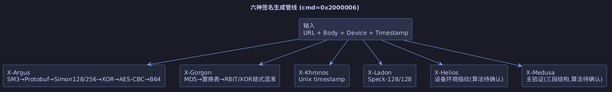
The PlantUML diagram static/images/sixgod/signature_pipeline.png in overkazaf/blogs, before a commit.
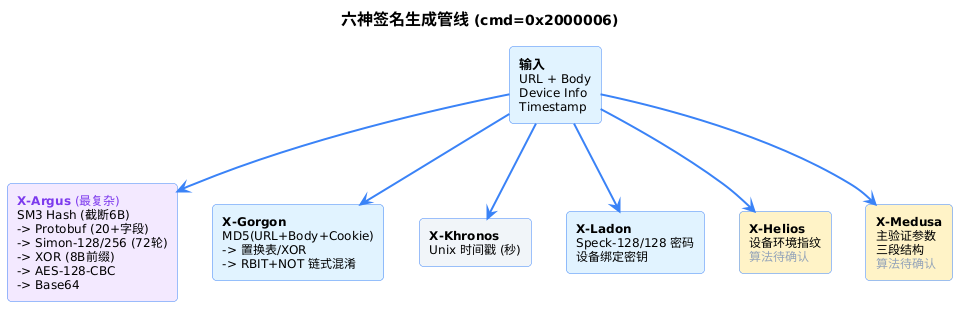
Later version of the same file.

Diff of the diagram source:
```diff
@@ -1,20 +1,29 @@
 @startuml
-skinparam backgroundColor #1a1b26
-skinparam defaultFontColor #c0caf5
-skinparam rectangleBackgroundColor #24283b
-skinparam rectangleBorderColor #7aa2f7
-skinparam arrowColor #7aa2f7
+skinparam backgroundColor #FFFFFF
+skinparam defaultFontName "Segoe UI,Helvetica,Arial,sans-serif"
+skinparam defaultFontSize 12
+skinparam shadowing false
+skinparam roundCorner 8
+skinparam rectangleBackgroundColor #f1f5f9
+skinparam rectangleBorderColor #3b82f6
+skinparam arrowColor #3b82f6
+skinparam arrowThickness 2
 
-title 六神签名生成管线 (cmd=0x2000006)
+title <font size=16><b>六神签名生成管线</b></font> (cmd=0x2000006)
 
-rectangle "输入\nURL + Body + Device + Timestamp" as IN #2d3149
+rectangle "<font size=13><b>输入</b></font>\nURL + Body\nDevice Info\nTimestamp" as IN #e0f2fe
 
-rectangle "X-Argus\nSM3→Protobuf→Simon128/256→XOR→AES-CBC→B64" as ARG
-rectangle "X-Gorgon\nMD5→置换表→RBIT/XOR链式混淆" as GOR
-rectangle "X-Khronos\nUnix timestamp" as KHR
-rectangle "X-Ladon\nSpeck-128/128" as LAD
-rectangle "X-Helios\n设备环境指纹(算法待确认)" as HEL
-rectangle "X-Medusa\n主验证(三段结构,算法待确认)" as MED
+rectangle "<font color=#7c3aed><b>X-Argus</b> (最复杂)</font>\nSM3 Hash (截断6B)\n-> Protobuf (20+字段)\n-> Simon-128/256 (72轮)\n-> XOR (8B前缀)\n-> AES-128-CBC\n-> Base64" as ARG #f3e8ff
+
+rectangle "<b>X-Gorgon</b>\nMD5(URL+Body+Cookie)\n-> 置换表/XOR\n-> RBIT+NOT 链式混淆" as GOR #e0f2fe
+
+rectangle "<b>X-Khronos</b>\nUnix 时间戳 (秒)" as KHR #f1f5f9
+
+rectangle "<b>X-Ladon</b>\nSpeck-128/128 密码\n设备绑定密钥" as LAD #e0f2fe
+
+rectangle "<b>X-Helios</b>\n设备环境指纹\n<font color=#94a3b8>算法待确认</font>" as HEL #fef3c7
+
+rectangle "<b>X-Medusa</b>\n主验证参数\n三段结构\n<font color=#94a3b8>算法待确认</font>" as MED #fef3c7
 
 IN --> ARG
 IN --> GOR
```
